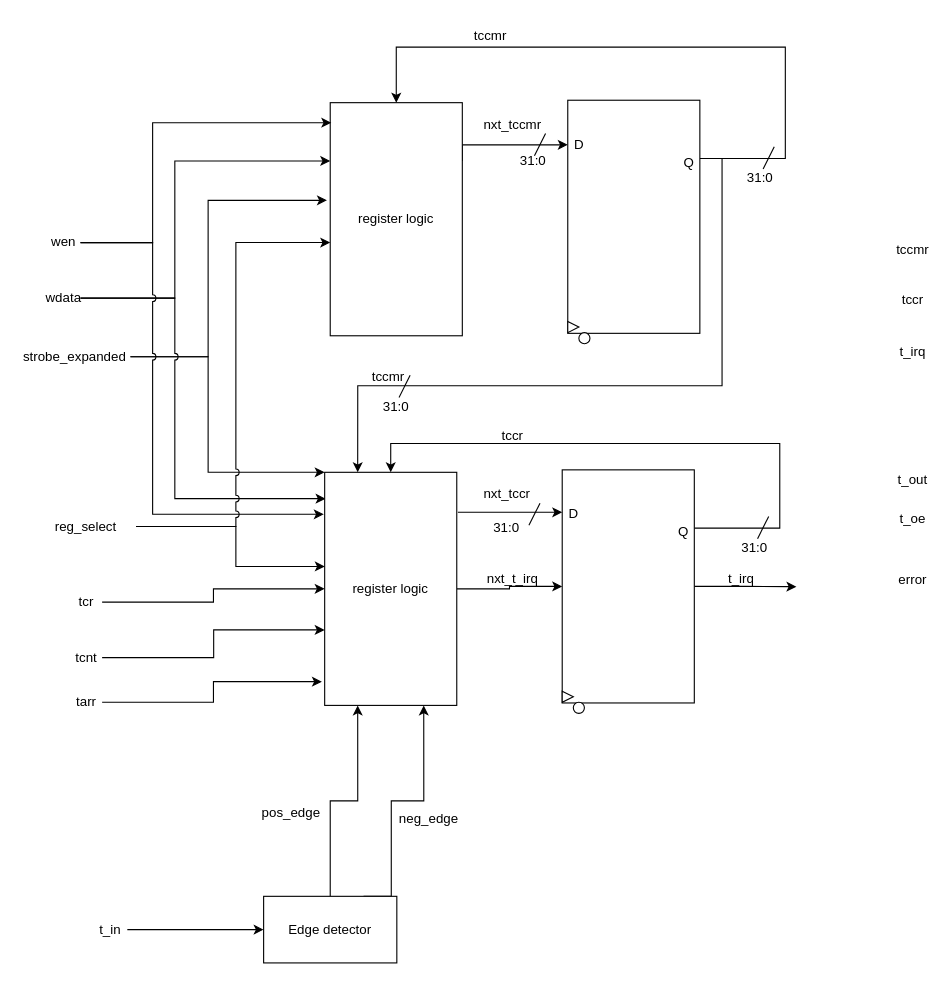
leung55/SoCET keeps this draw.io diagram as page "Capture-Compare Channel" (4 of 4) of Timer/Timer.drawio. Above is the earlier version. Source tidied: cells renumbered, new cells numbered last; positions are measured from the earlier drawing's top-left corner, leaving out a move shared by most shapes. Both pictures are drawn from the tidied source at 111%, with x=0, y=0 at pixel (19, 19).
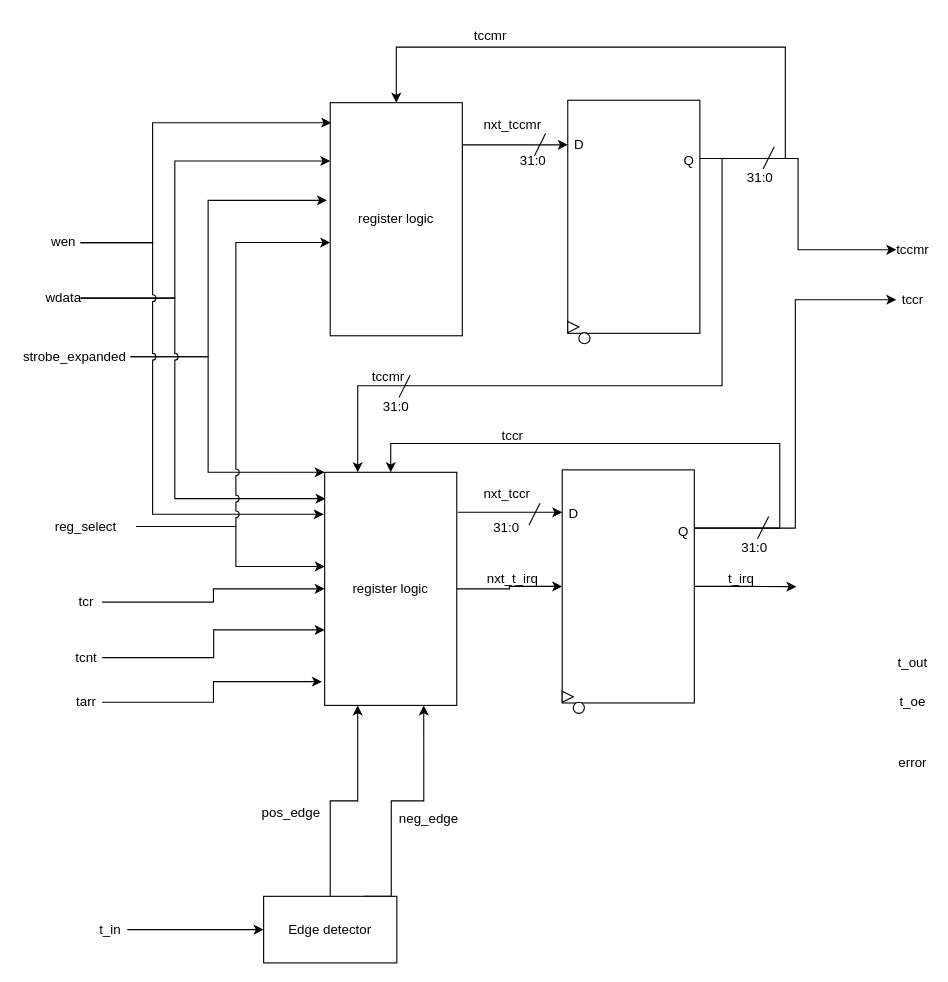
After the change.

The change refers to these unchanged cells:
```xml
<mxCell id="14" value="tccmr" style="text;html=1;align=center;verticalAlign=middle;whiteSpace=wrap;rounded=0;" parent="1" vertex="1">
  <mxGeometry x="790" y="192.5" width="30" height="30" as="geometry" />
</mxCell>
<mxCell id="15" value="tccr" style="text;html=1;align=center;verticalAlign=middle;whiteSpace=wrap;rounded=0;" parent="1" vertex="1">
  <mxGeometry x="790" y="237.5" width="30" height="30" as="geometry" />
</mxCell>
<mxCell id="29" style="rounded=0;whiteSpace=wrap;html=1;" parent="1" vertex="1">
  <mxGeometry x="494" y="72.8" width="119" height="210" as="geometry" />
</mxCell>
<mxCell id="46" style="rounded=0;whiteSpace=wrap;html=1;" parent="1" vertex="1">
  <mxGeometry x="489" y="405.8" width="119" height="210" as="geometry" />
</mxCell>
```

What changed in the source:
```diff
@@
     <mxCell id="16" value="t_out" style="text;html=1;align=center;verticalAlign=middle;whiteSpace=wrap;rounded=0;" parent="1" vertex="1">
-      <mxGeometry x="790" y="400" width="30" height="30" as="geometry" />
+      <mxGeometry x="790" y="565" width="30" height="30" as="geometry" />
     </mxCell>
     <mxCell id="17" value="error" style="text;html=1;align=center;verticalAlign=middle;whiteSpace=wrap;rounded=0;" parent="1" vertex="1">
-      <mxGeometry x="790" y="490" width="30" height="30" as="geometry" />
+      <mxGeometry x="790" y="655" width="30" height="30" as="geometry" />
     </mxCell>
-    <mxCell id="18" value="t_irq" style="text;html=1;align=center;verticalAlign=middle;whiteSpace=wrap;rounded=0;" parent="1" vertex="1">
-      <mxGeometry x="790" y="285" width="30" height="30" as="geometry" />
-    </mxCell>
     <mxCell id="19" value="t_oe" style="text;html=1;align=center;verticalAlign=middle;whiteSpace=wrap;rounded=0;" parent="1" vertex="1">
-      <mxGeometry x="790" y="435" width="30" height="30" as="geometry" />
+      <mxGeometry x="790" y="600" width="30" height="30" as="geometry" />
     </mxCell>
@@
+    <mxCell id="69" style="edgeStyle=orthogonalEdgeStyle;rounded=0;jettySize=auto;html=1;exitX=1;exitY=0.25;exitDx=0;exitDy=0;entryX=0;entryY=0.5;entryDx=0;entryDy=0;" parent="1" edge="1" source="29" target="14">
+      <mxGeometry relative="1" as="geometry" />
+    </mxCell>
@@
     <mxCell id="36" value="Q" style="text;html=1;align=center;verticalAlign=middle;strokeColor=none;fillColor=none;" parent="1" vertex="1">
-      <mxGeometry x="593" y="118.8" width="20" height="20" as="geometry" />
+      <mxGeometry x="593" y="118" width="20" height="20" as="geometry" />
     </mxCell>
@@
+    <mxCell id="70" style="edgeStyle=orthogonalEdgeStyle;rounded=0;jettySize=auto;html=1;exitX=1;exitY=0.25;exitDx=0;exitDy=0;entryX=0;entryY=0.5;entryDx=0;entryDy=0;" parent="1" edge="1" source="46" target="15">
+      <mxGeometry relative="1" as="geometry" />
+    </mxCell>
```
